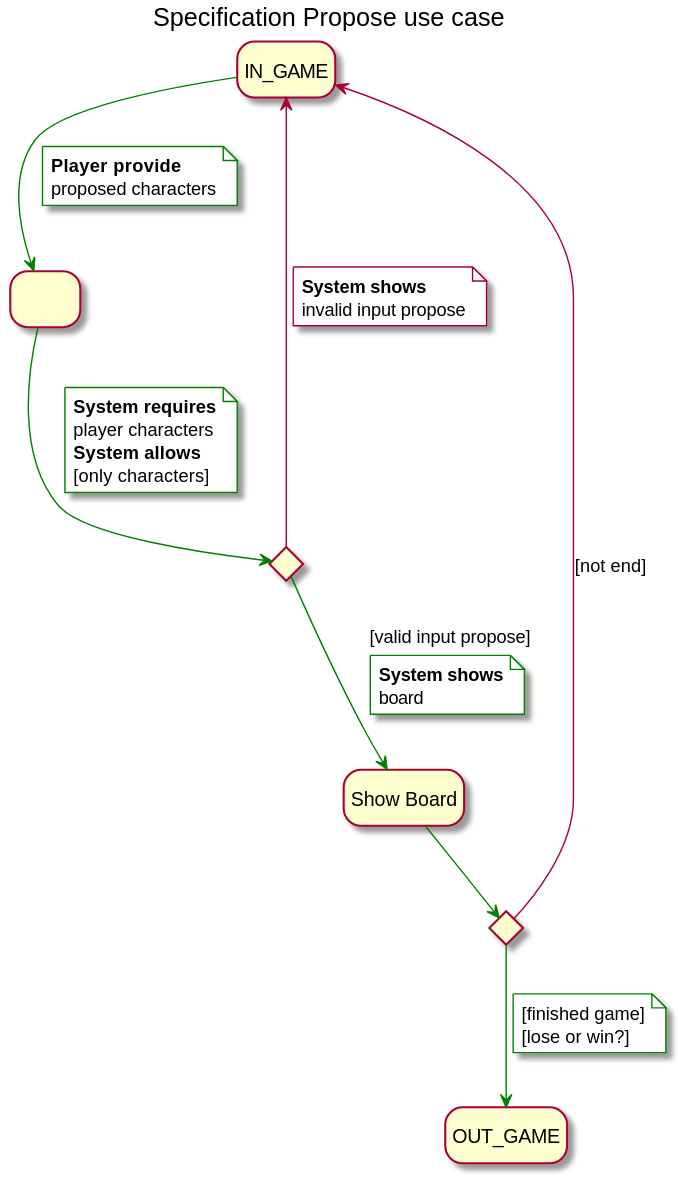
Before: requirements/images/specificationProposeUseCase-Specification_Propose_use_case.svg, a diagram exported from PlantUML (jumpering/Hanged).
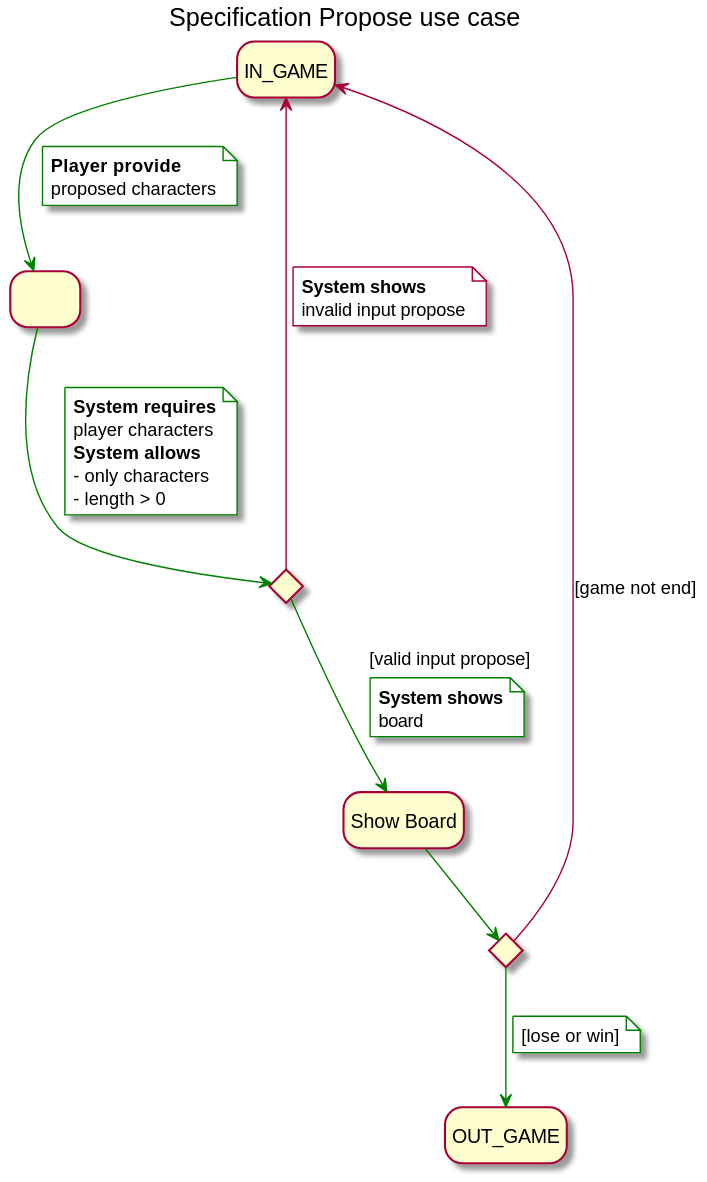
Later version of the same file.

The edit, as a diff of the source:
```diff
@@ -17,7 +17,8 @@
   <b>System requires
   player characters
   <b>System allows
-  [only characters]
+  - only characters
+  - length > 0
 end note
 ifValidPropose -[#green]-> showBoard : [valid input propose]
 note on link
@@ -34,10 +35,9 @@
   invalid input propose
 end note
 showBoard -[#green]-> ifEndGame
-ifEndGame -up-> IN_GAME : [not end]
+ifEndGame -up-> IN_GAME : [game not end]
 ifEndGame -[#green]-> OUT_GAME
 note on link #white
-  [finished game]
-  [lose or win?]
+  [lose or win]
 end note
 @enduml
```
